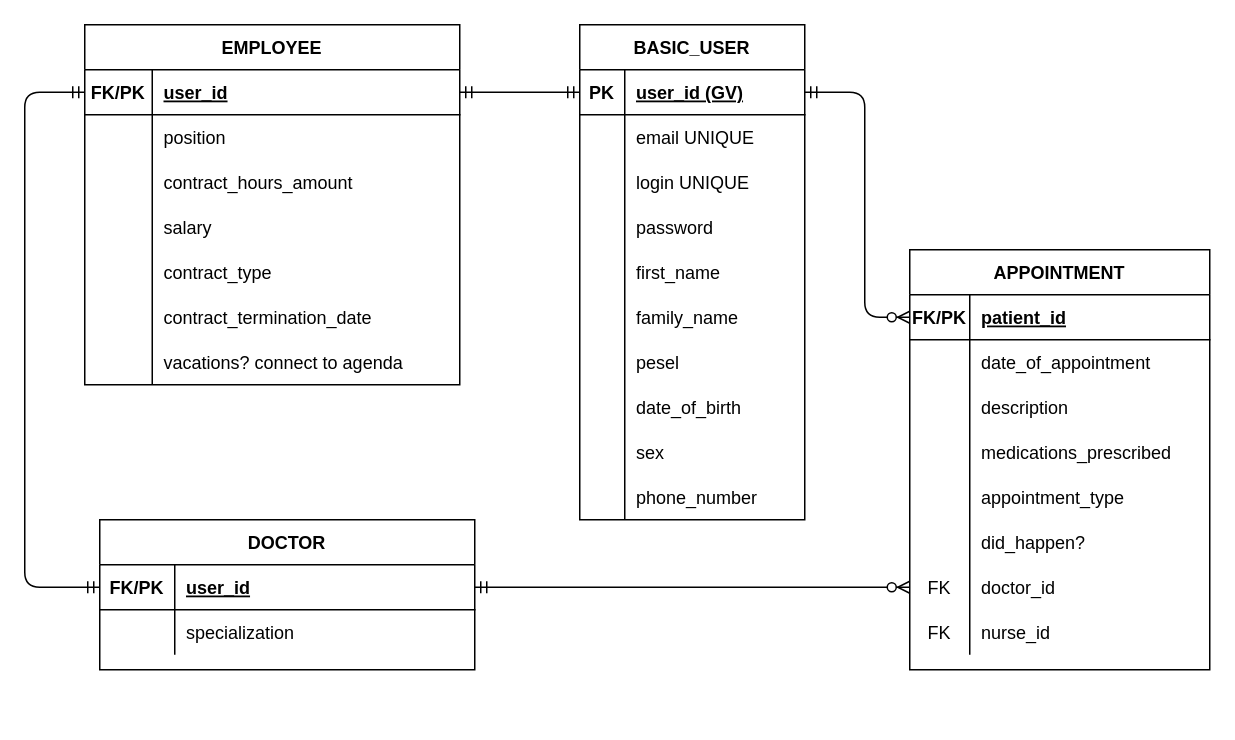
This is diagrams/Diagram-MedicalCenter.drawio from TaranCorp/MedicalCenter, a draw.io file, before an edit. Source tidied: cells renumbered, new cells numbered last; positions are measured from the earlier drawing's top-left corner, leaving out a move shared by most shapes. Both pictures are drawn from the tidied source at 150%, with x=0, y=0 at pixel (24, 24).
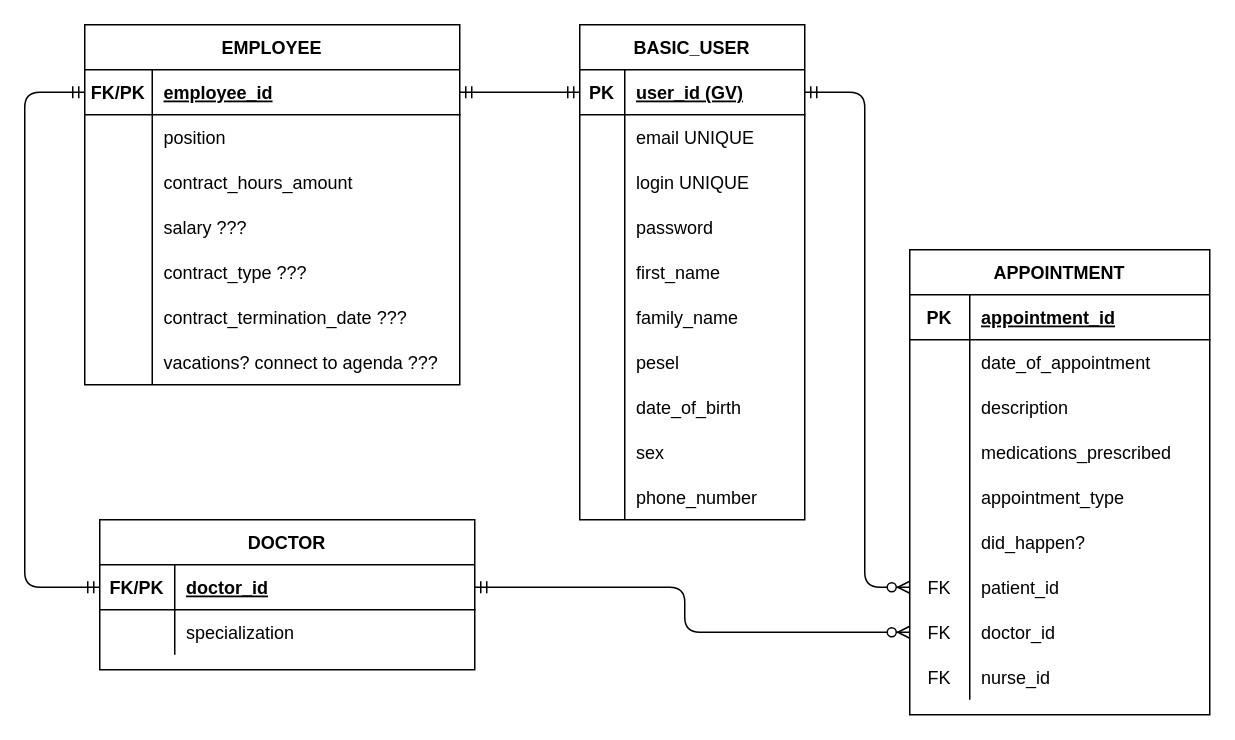
Above is the later version.

Commit message:
Update entity relations diagram

Unchanged cells that the change refers to:
```xml
<mxCell id="3" style="shape=partialRectangle;fillColor=none;points=[[0,0.5],[1,0.5]];portConstraint=eastwest;top=0;left=0;right=0;bottom=1;" parent="2" vertex="1">
  <mxGeometry y="30" width="250" height="30" as="geometry" />
</mxCell>
<mxCell id="10" style="shape=partialRectangle;fillColor=none;points=[[0,0.5],[1,0.5]];portConstraint=eastwest;top=0;left=0;right=0;bottom=1;" parent="9" vertex="1">
  <mxGeometry y="30" width="150" height="30" as="geometry" />
</mxCell>
<mxCell id="42" style="shape=partialRectangle;fillColor=none;top=0;left=0;bottom=1;right=0;" parent="41" vertex="1">
  <mxGeometry y="30" width="200" height="30" as="geometry" />
</mxCell>
<mxCell id="68" style="shape=partialRectangle;fillColor=none;top=0;left=0;bottom=1;right=0;points=[[0,0.5],[1,0.5]];portConstraint=eastwest;" parent="67" vertex="1">
  <mxGeometry y="30" width="250" height="30" as="geometry" />
</mxCell>
<mxCell id="77" style="shape=partialRectangle;fillColor=none;top=0;left=0;bottom=0;right=0;" parent="67" vertex="1">
  <mxGeometry y="120" width="250" height="30" as="geometry" />
</mxCell>
<mxCell id="80" style="shape=partialRectangle;fillColor=none;top=0;left=0;bottom=0;right=0;" parent="67" vertex="1">
  <mxGeometry y="150" width="250" height="30" as="geometry" />
</mxCell>
<mxCell id="83" style="shape=partialRectangle;fillColor=none;top=0;left=0;bottom=0;right=0;" parent="67" vertex="1">
  <mxGeometry y="180" width="250" height="30" as="geometry" />
</mxCell>
<mxCell id="86" style="shape=partialRectangle;fillColor=none;top=0;left=0;bottom=0;right=0;" parent="67" vertex="1">
  <mxGeometry y="210" width="250" height="30" as="geometry" />
</mxCell>
```

Change to the diagram source:
```diff
@@
-    <mxCell id="5" value="user_id" style="shape=partialRectangle;overflow=hidden;fillColor=none;top=0;left=0;bottom=0;right=0;align=left;spacingLeft=6;fontStyle=5;" parent="3" vertex="1">
+    <mxCell id="5" value="doctor_id" style="shape=partialRectangle;overflow=hidden;fillColor=none;top=0;left=0;bottom=0;right=0;align=left;spacingLeft=6;fontStyle=5;" parent="3" vertex="1">
       <mxGeometry x="50" width="200" height="30" as="geometry" />
     </mxCell>
@@
     <mxCell id="41" value="APPOINTMENT" style="shape=table;startSize=30;childLayout=tableLayout;rowLines=0;fontStyle=1;align=center;" parent="1" vertex="1">
-      <mxGeometry x="590" y="150" width="200" height="280" as="geometry" />
+      <mxGeometry x="590" y="150" width="200" height="310" as="geometry" />
     </mxCell>
@@
-    <mxCell id="43" value="FK/PK" style="shape=partialRectangle;fillColor=none;top=0;left=0;bottom=0;right=0;fontStyle=1;overflow=hidden;" parent="42" vertex="1">
+    <mxCell id="43" value="PK" style="shape=partialRectangle;fillColor=none;top=0;left=0;bottom=0;right=0;fontStyle=1;overflow=hidden;" parent="42" vertex="1">
       <mxGeometry width="40" height="30" as="geometry" />
     </mxCell>
-    <mxCell id="44" value="patient_id" style="shape=partialRectangle;fillColor=none;top=0;left=0;bottom=0;right=0;align=left;spacingLeft=6;fontStyle=5;overflow=hidden;" parent="42" vertex="1">
+    <mxCell id="44" value="appointment_id" style="shape=partialRectangle;fillColor=none;top=0;left=0;bottom=0;right=0;align=left;spacingLeft=6;fontStyle=5;overflow=hidden;" parent="42" vertex="1">
       <mxGeometry x="40" width="160" height="30" as="geometry" />
     </mxCell>
@@
+    <mxCell id="91" style="shape=partialRectangle;fillColor=none;top=0;left=0;bottom=0;right=0;points=[[0,0.5],[1,0.5]];portConstraint=eastwest;" parent="41" vertex="1">
+      <mxGeometry y="210" width="200" height="30" as="geometry" />
+    </mxCell>
+    <mxCell id="92" value="FK" style="shape=partialRectangle;fillColor=none;top=0;left=0;bottom=0;right=0;overflow=hidden;" parent="91" vertex="1">
+      <mxGeometry width="40" height="30" as="geometry" />
+    </mxCell>
+    <mxCell id="93" value="patient_id" style="shape=partialRectangle;fillColor=none;top=0;left=0;bottom=0;right=0;align=left;spacingLeft=6;overflow=hidden;" parent="91" vertex="1">
+      <mxGeometry x="40" width="160" height="30" as="geometry" />
+    </mxCell>
     <mxCell id="60" style="shape=partialRectangle;fillColor=none;top=0;left=0;bottom=0;right=0;points=[[0,0.5],[1,0.5]];portConstraint=eastwest;" parent="41" vertex="1">
-      <mxGeometry y="210" width="200" height="30" as="geometry" />
+      <mxGeometry y="240" width="200" height="30" as="geometry" />
     </mxCell>
@@
     <mxCell id="63" style="shape=partialRectangle;fillColor=none;top=0;left=0;bottom=0;right=0;" parent="41" vertex="1">
-      <mxGeometry y="240" width="200" height="30" as="geometry" />
+      <mxGeometry y="270" width="200" height="30" as="geometry" />
     </mxCell>
@@
-    <mxCell id="66" style="edgeStyle=elbowEdgeStyle;fontSize=12;html=1;endArrow=ERzeroToMany;startArrow=ERmandOne;exitX=1;exitY=0.5;exitDx=0;exitDy=0;" parent="1" edge="1" source="10">
+    <mxCell id="66" style="edgeStyle=elbowEdgeStyle;fontSize=12;html=1;endArrow=ERzeroToMany;startArrow=ERmandOne;exitX=1;exitY=0.5;exitDx=0;exitDy=0;entryX=0;entryY=0.5;entryDx=0;entryDy=0;" parent="1" edge="1" source="10" target="91">
       <mxGeometry relative="1" as="geometry">
-        <mxPoint x="590" y="195" as="targetPoint" />
         <Array as="points">
           <mxPoint x="560" y="130" />
         </Array>
       </mxGeometry>
     </mxCell>
@@
-    <mxCell id="70" value="user_id" style="shape=partialRectangle;fillColor=none;top=0;left=0;bottom=0;right=0;align=left;spacingLeft=6;fontStyle=5;overflow=hidden;" parent="68" vertex="1">
+    <mxCell id="70" value="employee_id" style="shape=partialRectangle;fillColor=none;top=0;left=0;bottom=0;right=0;align=left;spacingLeft=6;fontStyle=5;overflow=hidden;" parent="68" vertex="1">
       <mxGeometry x="45" width="205" height="30" as="geometry" />
     </mxCell>
@@
-    <mxCell id="79" value="salary" style="shape=partialRectangle;fillColor=none;top=0;left=0;bottom=0;right=0;align=left;spacingLeft=6;overflow=hidden;" parent="77" vertex="1">
+    <mxCell id="79" value="salary ???" style="shape=partialRectangle;fillColor=none;top=0;left=0;bottom=0;right=0;align=left;spacingLeft=6;overflow=hidden;" parent="77" vertex="1">
       <mxGeometry x="45" width="205" height="30" as="geometry" />
     </mxCell>
@@
-    <mxCell id="82" value="contract_type" style="shape=partialRectangle;fillColor=none;top=0;left=0;bottom=0;right=0;align=left;spacingLeft=6;overflow=hidden;" parent="80" vertex="1">
+    <mxCell id="82" value="contract_type ???" style="shape=partialRectangle;fillColor=none;top=0;left=0;bottom=0;right=0;align=left;spacingLeft=6;overflow=hidden;" parent="80" vertex="1">
       <mxGeometry x="45" width="205" height="30" as="geometry" />
     </mxCell>
@@
-    <mxCell id="85" value="contract_termination_date" style="shape=partialRectangle;fillColor=none;top=0;left=0;bottom=0;right=0;align=left;spacingLeft=6;overflow=hidden;" parent="83" vertex="1">
+    <mxCell id="85" value="contract_termination_date ???" style="shape=partialRectangle;fillColor=none;top=0;left=0;bottom=0;right=0;align=left;spacingLeft=6;overflow=hidden;" parent="83" vertex="1">
       <mxGeometry x="45" width="205" height="30" as="geometry" />
     </mxCell>
@@
-    <mxCell id="88" value="vacations? connect to agenda" style="shape=partialRectangle;fillColor=none;top=0;left=0;bottom=0;right=0;align=left;spacingLeft=6;overflow=hidden;" parent="86" vertex="1">
+    <mxCell id="88" value="vacations? connect to agenda ???" style="shape=partialRectangle;fillColor=none;top=0;left=0;bottom=0;right=0;align=left;spacingLeft=6;overflow=hidden;" parent="86" vertex="1">
       <mxGeometry x="45" width="205" height="30" as="geometry" />
     </mxCell>
```
